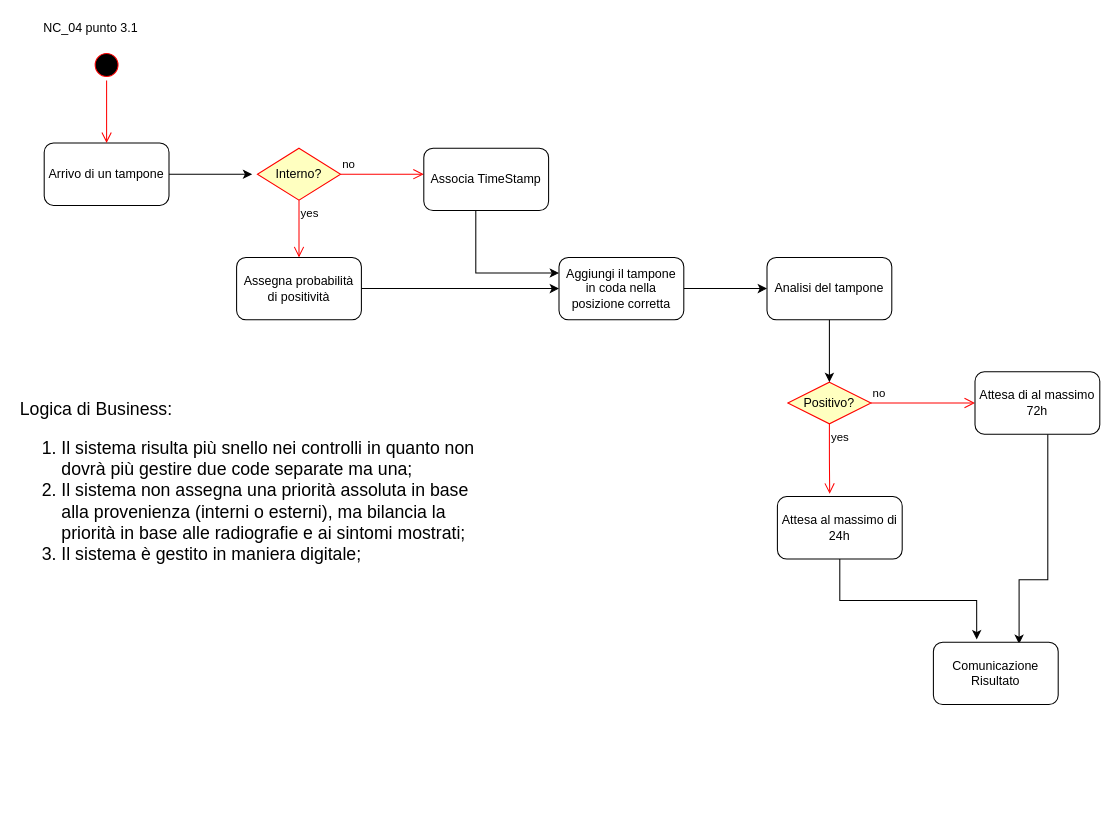
This is page "Page-2" (2 of 2) of Task 4/Punto 2.drawio from lorycris99/Team-HILO, a draw.io file, before an edit. Source tidied: cells renumbered, new cells numbered last; positions are measured from the earlier drawing's top-left corner, leaving out a move shared by most shapes. Both pictures are drawn from the tidied source at 104%, with x=0, y=0 at pixel (18, 18).
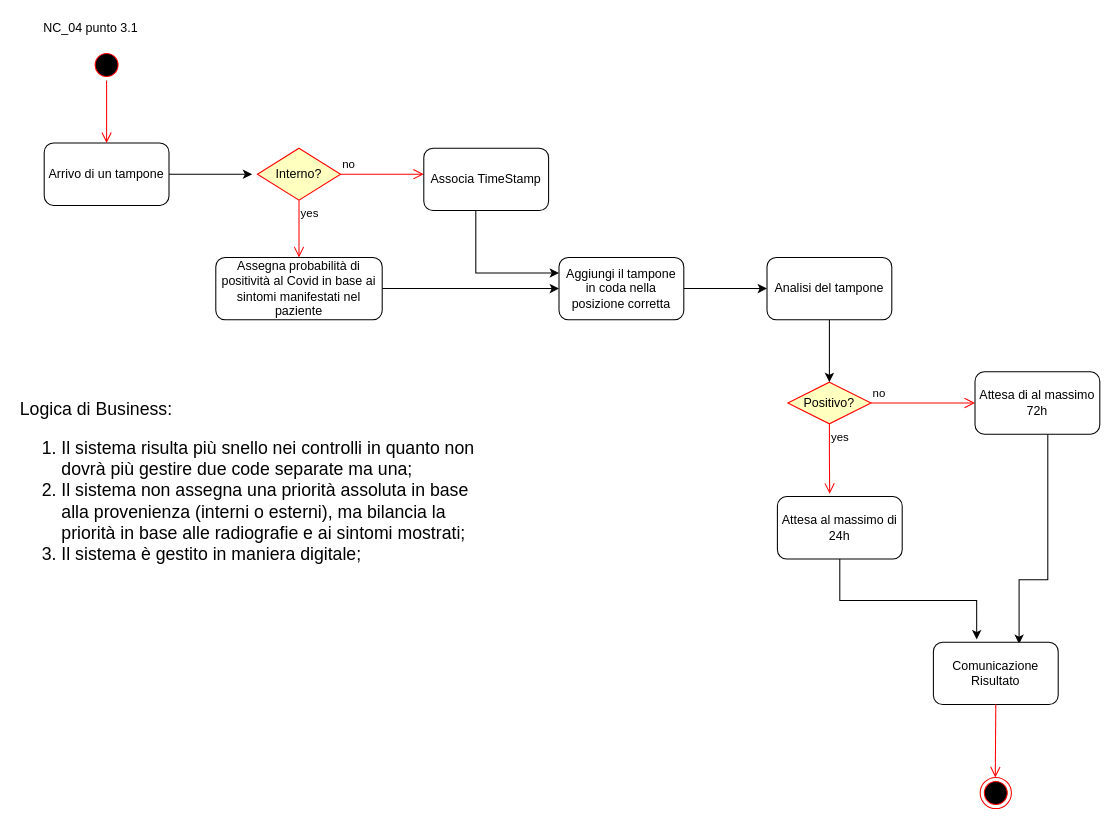
After the change.

The change refers to these unchanged cells:
```xml
<mxCell id="22" value="&lt;span&gt;Comunicazione Risultato&lt;/span&gt;" style="rounded=1;whiteSpace=wrap;html=1;" parent="1" vertex="1">
  <mxGeometry x="880" y="600" width="120" height="60" as="geometry" />
</mxCell>
```

The edit, as a diff of the source:
```diff
@@
-    <mxCell id="11" value="Assegna probabilità di positività" style="rounded=1;whiteSpace=wrap;html=1;" parent="1" vertex="1">
-      <mxGeometry x="210" y="230" width="120" height="60" as="geometry" />
+    <mxCell id="11" value="Assegna probabilità di positività al Covid in base ai sintomi manifestati nel paziente" style="rounded=1;whiteSpace=wrap;html=1;" parent="1" vertex="1">
+      <mxGeometry x="190" y="230" width="160" height="60" as="geometry" />
     </mxCell>
@@
+    <mxCell id="27" style="ellipse;html=1;shape=endState;fillColor=#000000;strokeColor=#ff0000;" parent="1" vertex="1">
+      <mxGeometry x="925" y="730" width="30" height="30" as="geometry" />
+    </mxCell>
+    <mxCell id="28" style="edgeStyle=orthogonalEdgeStyle;html=1;verticalAlign=bottom;endArrow=open;endSize=8;strokeColor=#ff0000;exitX=0.5;exitY=1;exitDx=0;exitDy=0;" parent="1" edge="1" source="22">
+      <mxGeometry relative="1" as="geometry">
+        <mxPoint x="939.5" y="730" as="targetPoint" />
+      </mxGeometry>
+    </mxCell>
```
